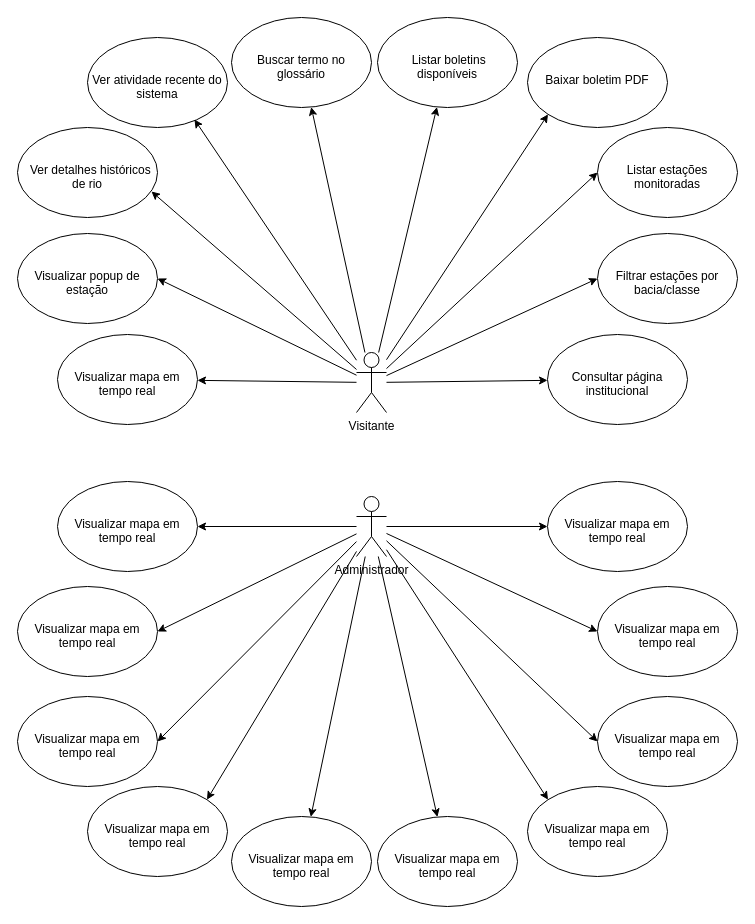
Above: Diagrama de Casos de Uso Geral.drawio in iVGAA/Documentacao-S1-TCC (draw.io), before the change. Source tidied: cells renumbered, new cells numbered last; positions are measured from the earlier drawing's top-left corner, leaving out a move shared by most shapes. Both pictures are drawn from the tidied source at 100%, with x=0, y=0 at pixel (17, 17).
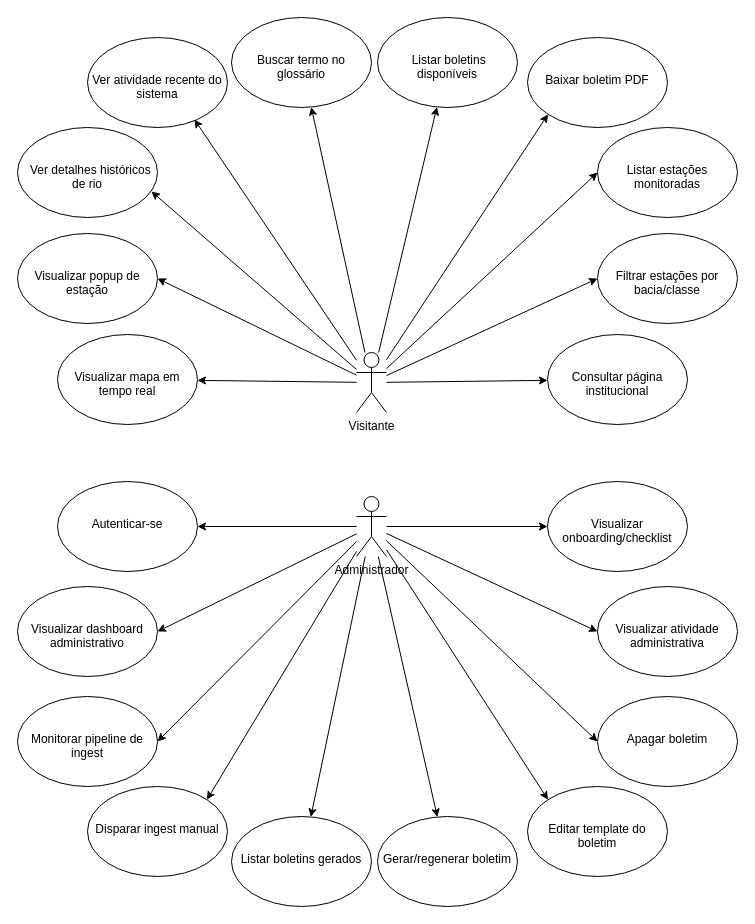
After the change.

Commit message:
Atualizar Diagrama de Casos de Uso Geral

The edit, as a diff of the source:
```diff
@@
-    <mxCell id="34" value="&lt;div&gt;&lt;br&gt;&lt;/div&gt;&lt;div&gt;&lt;span style=&quot;background-color: transparent; color: light-dark(rgb(0, 0, 0), rgb(255, 255, 255));&quot;&gt;&lt;br&gt;&lt;/span&gt;&lt;/div&gt;&lt;div&gt;&lt;span style=&quot;background-color: transparent; color: light-dark(rgb(0, 0, 0), rgb(255, 255, 255));&quot;&gt;Visualizar mapa em tempo real&lt;/span&gt;&lt;/div&gt;" style="ellipse;whiteSpace=wrap;html=1;verticalAlign=top;" parent="1" vertex="1">
+    <mxCell id="34" value="&lt;div&gt;&lt;br&gt;&lt;/div&gt;&lt;div&gt;&lt;span style=&quot;background-color: transparent; color: light-dark(rgb(0, 0, 0), rgb(255, 255, 255));&quot;&gt;&lt;br&gt;&lt;/span&gt;&lt;/div&gt;&lt;div&gt;Autenticar-se&lt;/div&gt;" style="ellipse;whiteSpace=wrap;html=1;verticalAlign=top;" parent="1" vertex="1">
       <mxGeometry x="40" y="464" width="140" height="90" as="geometry" />
     </mxCell>
-    <mxCell id="35" value="&lt;div&gt;&lt;br&gt;&lt;/div&gt;&lt;div&gt;&lt;span style=&quot;background-color: transparent; color: light-dark(rgb(0, 0, 0), rgb(255, 255, 255));&quot;&gt;&lt;br&gt;&lt;/span&gt;&lt;/div&gt;&lt;div&gt;&lt;span style=&quot;background-color: transparent; color: light-dark(rgb(0, 0, 0), rgb(255, 255, 255));&quot;&gt;Visualizar mapa em tempo real&lt;/span&gt;&lt;/div&gt;" style="ellipse;whiteSpace=wrap;html=1;verticalAlign=top;" parent="1" vertex="1">
+    <mxCell id="35" value="&lt;div&gt;&lt;br&gt;&lt;/div&gt;&lt;div&gt;&lt;span style=&quot;background-color: transparent; color: light-dark(rgb(0, 0, 0), rgb(255, 255, 255));&quot;&gt;&lt;br&gt;&lt;/span&gt;&lt;/div&gt;&lt;div&gt;Visualizar dashboard administrativo&lt;/div&gt;" style="ellipse;whiteSpace=wrap;html=1;verticalAlign=top;" parent="1" vertex="1">
       <mxGeometry y="569" width="140" height="90" as="geometry" />
     </mxCell>
-    <mxCell id="36" value="&lt;div&gt;&lt;br&gt;&lt;/div&gt;&lt;div&gt;&lt;span style=&quot;background-color: transparent; color: light-dark(rgb(0, 0, 0), rgb(255, 255, 255));&quot;&gt;&lt;br&gt;&lt;/span&gt;&lt;/div&gt;&lt;div&gt;&lt;span style=&quot;background-color: transparent; color: light-dark(rgb(0, 0, 0), rgb(255, 255, 255));&quot;&gt;Visualizar mapa em tempo real&lt;/span&gt;&lt;/div&gt;" style="ellipse;whiteSpace=wrap;html=1;verticalAlign=top;" parent="1" vertex="1">
+    <mxCell id="36" value="&lt;div&gt;&lt;br&gt;&lt;/div&gt;&lt;div&gt;&lt;span style=&quot;background-color: transparent; color: light-dark(rgb(0, 0, 0), rgb(255, 255, 255));&quot;&gt;&lt;br&gt;&lt;/span&gt;&lt;/div&gt;&lt;div&gt;Monitorar pipeline de ingest&lt;/div&gt;" style="ellipse;whiteSpace=wrap;html=1;verticalAlign=top;" parent="1" vertex="1">
       <mxGeometry y="679" width="140" height="90" as="geometry" />
     </mxCell>
-    <mxCell id="37" value="&lt;div&gt;&lt;br&gt;&lt;/div&gt;&lt;div&gt;&lt;span style=&quot;background-color: transparent; color: light-dark(rgb(0, 0, 0), rgb(255, 255, 255));&quot;&gt;&lt;br&gt;&lt;/span&gt;&lt;/div&gt;&lt;div&gt;&lt;span style=&quot;background-color: transparent; color: light-dark(rgb(0, 0, 0), rgb(255, 255, 255));&quot;&gt;Visualizar mapa em tempo real&lt;/span&gt;&lt;/div&gt;" style="ellipse;whiteSpace=wrap;html=1;verticalAlign=top;" parent="1" vertex="1">
+    <mxCell id="37" value="&lt;div&gt;&lt;br&gt;&lt;/div&gt;&lt;div&gt;&lt;span style=&quot;background-color: transparent; color: light-dark(rgb(0, 0, 0), rgb(255, 255, 255));&quot;&gt;&lt;br&gt;&lt;/span&gt;&lt;/div&gt;&lt;div&gt;Listar boletins gerados&lt;/div&gt;" style="ellipse;whiteSpace=wrap;html=1;verticalAlign=top;" parent="1" vertex="1">
       <mxGeometry x="214" y="799" width="140" height="90" as="geometry" />
     </mxCell>
-    <mxCell id="38" value="&lt;div&gt;&lt;br&gt;&lt;/div&gt;&lt;div&gt;&lt;span style=&quot;background-color: transparent; color: light-dark(rgb(0, 0, 0), rgb(255, 255, 255));&quot;&gt;&lt;br&gt;&lt;/span&gt;&lt;/div&gt;&lt;div&gt;&lt;span style=&quot;background-color: transparent; color: light-dark(rgb(0, 0, 0), rgb(255, 255, 255));&quot;&gt;Visualizar mapa em tempo real&lt;/span&gt;&lt;/div&gt;" style="ellipse;whiteSpace=wrap;html=1;verticalAlign=top;" parent="1" vertex="1">
+    <mxCell id="38" value="&lt;div&gt;&lt;br&gt;&lt;/div&gt;&lt;div&gt;&lt;span style=&quot;background-color: transparent; color: light-dark(rgb(0, 0, 0), rgb(255, 255, 255));&quot;&gt;&lt;br&gt;&lt;/span&gt;&lt;/div&gt;&lt;div&gt;Disparar ingest manual&lt;/div&gt;" style="ellipse;whiteSpace=wrap;html=1;verticalAlign=top;" parent="1" vertex="1">
       <mxGeometry x="70" y="769" width="140" height="90" as="geometry" />
     </mxCell>
-    <mxCell id="39" value="&lt;div&gt;&lt;br&gt;&lt;/div&gt;&lt;div&gt;&lt;span style=&quot;background-color: transparent; color: light-dark(rgb(0, 0, 0), rgb(255, 255, 255));&quot;&gt;&lt;br&gt;&lt;/span&gt;&lt;/div&gt;&lt;div&gt;&lt;span style=&quot;background-color: transparent; color: light-dark(rgb(0, 0, 0), rgb(255, 255, 255));&quot;&gt;Visualizar mapa em tempo real&lt;/span&gt;&lt;/div&gt;" style="ellipse;whiteSpace=wrap;html=1;verticalAlign=top;" parent="1" vertex="1">
+    <mxCell id="39" value="&lt;div&gt;&lt;br&gt;&lt;/div&gt;&lt;div&gt;&lt;span style=&quot;background-color: transparent; color: light-dark(rgb(0, 0, 0), rgb(255, 255, 255));&quot;&gt;&lt;br&gt;&lt;/span&gt;&lt;/div&gt;&lt;div&gt;Visualizar onboarding/checklist&lt;/div&gt;" style="ellipse;whiteSpace=wrap;html=1;verticalAlign=top;" parent="1" vertex="1">
       <mxGeometry x="530" y="464" width="140" height="90" as="geometry" />
     </mxCell>
-    <mxCell id="40" value="&lt;div&gt;&lt;br&gt;&lt;/div&gt;&lt;div&gt;&lt;span style=&quot;background-color: transparent; color: light-dark(rgb(0, 0, 0), rgb(255, 255, 255));&quot;&gt;&lt;br&gt;&lt;/span&gt;&lt;/div&gt;&lt;div&gt;&lt;span style=&quot;background-color: transparent; color: light-dark(rgb(0, 0, 0), rgb(255, 255, 255));&quot;&gt;Visualizar mapa em tempo real&lt;/span&gt;&lt;/div&gt;" style="ellipse;whiteSpace=wrap;html=1;verticalAlign=top;" parent="1" vertex="1">
+    <mxCell id="40" value="&lt;div&gt;&lt;br&gt;&lt;/div&gt;&lt;div&gt;&lt;span style=&quot;background-color: transparent; color: light-dark(rgb(0, 0, 0), rgb(255, 255, 255));&quot;&gt;&lt;br&gt;&lt;/span&gt;&lt;/div&gt;&lt;div&gt;Gerar/regenerar boletim&lt;/div&gt;" style="ellipse;whiteSpace=wrap;html=1;verticalAlign=top;" parent="1" vertex="1">
       <mxGeometry x="360" y="799" width="140" height="90" as="geometry" />
     </mxCell>
-    <mxCell id="41" value="&lt;div&gt;&lt;br&gt;&lt;/div&gt;&lt;div&gt;&lt;span style=&quot;background-color: transparent; color: light-dark(rgb(0, 0, 0), rgb(255, 255, 255));&quot;&gt;&lt;br&gt;&lt;/span&gt;&lt;/div&gt;&lt;div&gt;&lt;span style=&quot;background-color: transparent; color: light-dark(rgb(0, 0, 0), rgb(255, 255, 255));&quot;&gt;Visualizar mapa em tempo real&lt;/span&gt;&lt;/div&gt;" style="ellipse;whiteSpace=wrap;html=1;verticalAlign=top;" parent="1" vertex="1">
+    <mxCell id="41" value="&lt;div&gt;&lt;br&gt;&lt;/div&gt;&lt;div&gt;&lt;span style=&quot;background-color: transparent; color: light-dark(rgb(0, 0, 0), rgb(255, 255, 255));&quot;&gt;&lt;br&gt;&lt;/span&gt;&lt;/div&gt;&lt;div&gt;Editar template do boletim&lt;/div&gt;" style="ellipse;whiteSpace=wrap;html=1;verticalAlign=top;" parent="1" vertex="1">
       <mxGeometry x="510" y="769" width="140" height="90" as="geometry" />
     </mxCell>
-    <mxCell id="42" value="&lt;div&gt;&lt;br&gt;&lt;/div&gt;&lt;div&gt;&lt;span style=&quot;background-color: transparent; color: light-dark(rgb(0, 0, 0), rgb(255, 255, 255));&quot;&gt;&lt;br&gt;&lt;/span&gt;&lt;/div&gt;&lt;div&gt;&lt;span style=&quot;background-color: transparent; color: light-dark(rgb(0, 0, 0), rgb(255, 255, 255));&quot;&gt;Visualizar mapa em tempo real&lt;/span&gt;&lt;/div&gt;" style="ellipse;whiteSpace=wrap;html=1;verticalAlign=top;" parent="1" vertex="1">
+    <mxCell id="42" value="&lt;div&gt;&lt;br&gt;&lt;/div&gt;&lt;div&gt;&lt;span style=&quot;background-color: transparent; color: light-dark(rgb(0, 0, 0), rgb(255, 255, 255));&quot;&gt;&lt;br&gt;&lt;/span&gt;&lt;/div&gt;&lt;div&gt;Visualizar atividade administrativa&lt;/div&gt;" style="ellipse;whiteSpace=wrap;html=1;verticalAlign=top;" parent="1" vertex="1">
       <mxGeometry x="580" y="569" width="140" height="90" as="geometry" />
     </mxCell>
-    <mxCell id="43" value="&lt;div&gt;&lt;br&gt;&lt;/div&gt;&lt;div&gt;&lt;span style=&quot;background-color: transparent; color: light-dark(rgb(0, 0, 0), rgb(255, 255, 255));&quot;&gt;&lt;br&gt;&lt;/span&gt;&lt;/div&gt;&lt;div&gt;&lt;span style=&quot;background-color: transparent; color: light-dark(rgb(0, 0, 0), rgb(255, 255, 255));&quot;&gt;Visualizar mapa em tempo real&lt;/span&gt;&lt;/div&gt;" style="ellipse;whiteSpace=wrap;html=1;verticalAlign=top;" parent="1" vertex="1">
+    <mxCell id="43" value="&lt;div&gt;&lt;br&gt;&lt;/div&gt;&lt;div&gt;&lt;span style=&quot;background-color: transparent; color: light-dark(rgb(0, 0, 0), rgb(255, 255, 255));&quot;&gt;&lt;br&gt;&lt;/span&gt;&lt;/div&gt;&lt;div&gt;Apagar boletim&lt;/div&gt;" style="ellipse;whiteSpace=wrap;html=1;verticalAlign=top;" parent="1" vertex="1">
       <mxGeometry x="580" y="679" width="140" height="90" as="geometry" />
     </mxCell>
```
